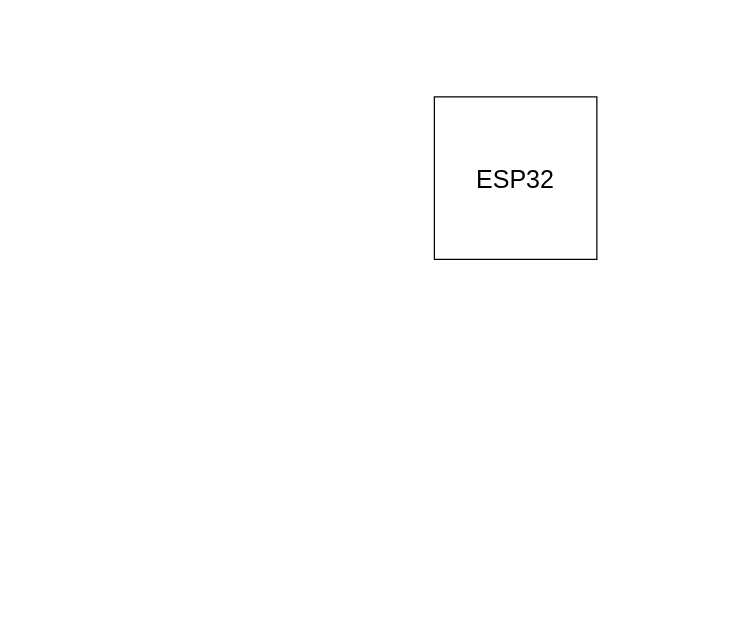
The draw.io diagram Block diagram PA.drawio in aufarachman39/Flowchart-PA, before the edit. Source tidied: cells renumbered, new cells numbered last; positions are measured from the earlier drawing's top-left corner, leaving out a move shared by most shapes. Both pictures are drawn from the tidied source at 125%, with x=0, y=0 at pixel (434, 96).
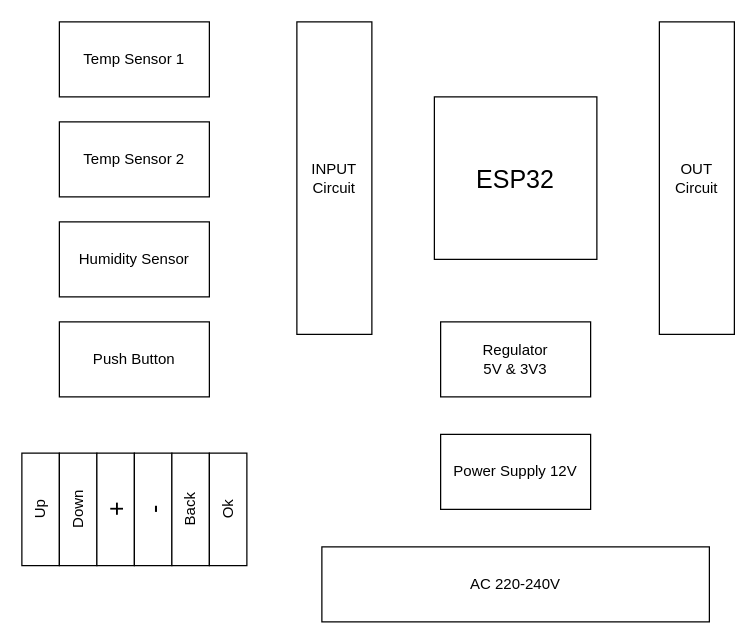
After the change.

Change to the diagram source:
```diff
@@
 <mxGraphModel>
   <root>
     <mxCell id="0" />
     <mxCell id="1" parent="0" />
     <mxCell id="2" value="&lt;font style=&quot;font-size: 20px&quot;&gt;ESP32&lt;/font&gt;" style="whiteSpace=wrap;html=1;" parent="1" vertex="1">
       <mxGeometry width="130" height="130" as="geometry" />
     </mxCell>
+    <mxCell id="3" value="&lt;div&gt;OUT&lt;/div&gt;Circuit" style="rounded=0;whiteSpace=wrap;html=1;" parent="1" vertex="1">
+      <mxGeometry x="180" y="-60" width="60" height="250" as="geometry" />
+    </mxCell>
+    <mxCell id="4" value="&lt;div&gt;INPUT&lt;br&gt;&lt;/div&gt;Circuit" style="rounded=0;whiteSpace=wrap;html=1;" parent="1" vertex="1">
+      <mxGeometry x="-110" y="-60" width="60" height="250" as="geometry" />
+    </mxCell>
+    <mxCell id="5" value="Temp Sensor 1" style="rounded=0;whiteSpace=wrap;html=1;" parent="1" vertex="1">
+      <mxGeometry x="-300" y="-60" width="120" height="60" as="geometry" />
+    </mxCell>
+    <mxCell id="6" value="Temp Sensor 2" style="rounded=0;whiteSpace=wrap;html=1;" parent="1" vertex="1">
+      <mxGeometry x="-300" y="20" width="120" height="60" as="geometry" />
+    </mxCell>
+    <mxCell id="7" value="Humidity Sensor" style="rounded=0;whiteSpace=wrap;html=1;" parent="1" vertex="1">
+      <mxGeometry x="-300" y="100" width="120" height="60" as="geometry" />
+    </mxCell>
+    <mxCell id="8" value="Push Button" style="rounded=0;whiteSpace=wrap;html=1;" parent="1" vertex="1">
+      <mxGeometry x="-300" y="180" width="120" height="60" as="geometry" />
+    </mxCell>
+    <mxCell id="9" value="Up" style="rounded=0;whiteSpace=wrap;html=1;rotation=-90;" parent="1" vertex="1">
+      <mxGeometry x="-360" y="315" width="90" height="30" as="geometry" />
+    </mxCell>
+    <mxCell id="10" value="Down" style="rounded=0;whiteSpace=wrap;html=1;rotation=-90;" parent="1" vertex="1">
+      <mxGeometry x="-330" y="315" width="90" height="30" as="geometry" />
+    </mxCell>
+    <mxCell id="11" value="&lt;font style=&quot;font-size: 20px&quot;&gt;+&lt;/font&gt;" style="rounded=0;whiteSpace=wrap;html=1;rotation=-90;" parent="1" vertex="1">
+      <mxGeometry x="-300" y="315" width="90" height="30" as="geometry" />
+    </mxCell>
+    <mxCell id="12" value="&lt;font style=&quot;font-size: 20px&quot;&gt;-&lt;/font&gt;" style="rounded=0;whiteSpace=wrap;html=1;rotation=-90;" parent="1" vertex="1">
+      <mxGeometry x="-270" y="315" width="90" height="30" as="geometry" />
+    </mxCell>
+    <mxCell id="13" value="Back" style="rounded=0;whiteSpace=wrap;html=1;rotation=-90;" parent="1" vertex="1">
+      <mxGeometry x="-240" y="315" width="90" height="30" as="geometry" />
+    </mxCell>
+    <mxCell id="14" value="Ok" style="rounded=0;whiteSpace=wrap;html=1;rotation=-90;" parent="1" vertex="1">
+      <mxGeometry x="-210" y="315" width="90" height="30" as="geometry" />
+    </mxCell>
+    <mxCell id="15" value="AC 220-240V" style="rounded=0;whiteSpace=wrap;html=1;" parent="1" vertex="1">
+      <mxGeometry x="-90" y="360" width="310" height="60" as="geometry" />
+    </mxCell>
+    <mxCell id="16" value="&lt;div&gt;Regulator&lt;/div&gt;&lt;div&gt;5V &amp;amp; 3V3&lt;br&gt;&lt;/div&gt;" style="rounded=0;whiteSpace=wrap;html=1;" parent="1" vertex="1">
+      <mxGeometry x="5" y="180" width="120" height="60" as="geometry" />
+    </mxCell>
+    <mxCell id="17" value="Power Supply 12V" style="rounded=0;whiteSpace=wrap;html=1;" parent="1" vertex="1">
+      <mxGeometry x="5" y="270" width="120" height="60" as="geometry" />
+    </mxCell>
   </root>
 </mxGraphModel>
```
